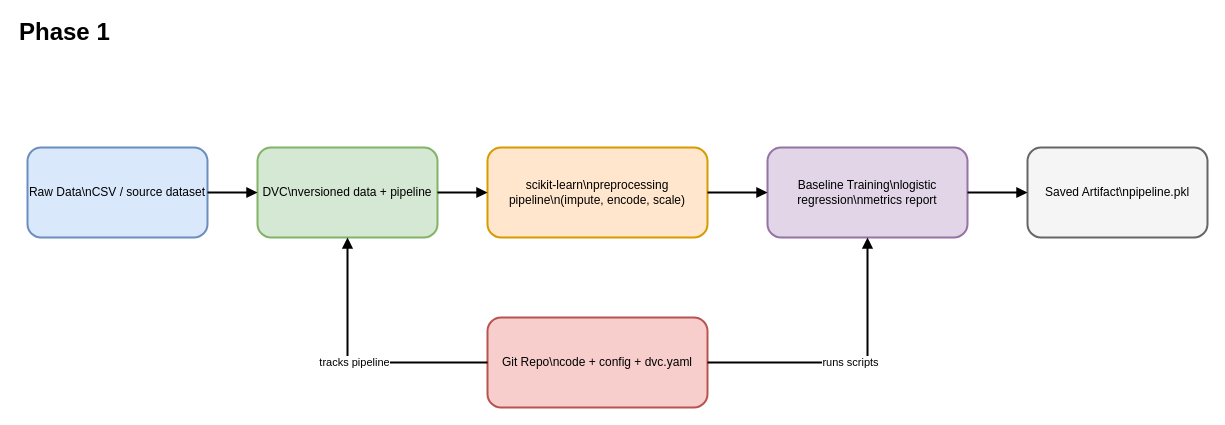
This is page "Phase 1" (2 of 7) of churn-ml-engineer-architecture.drawio from bjleee/Customer-Churn-Prediction-System, a draw.io file, before an edit. Source tidied: cells renumbered, new cells numbered last; positions are measured from the earlier drawing's top-left corner, leaving out a move shared by most shapes. Both pictures are drawn from the tidied source at 100%, with x=0, y=0 at pixel (17, 17).
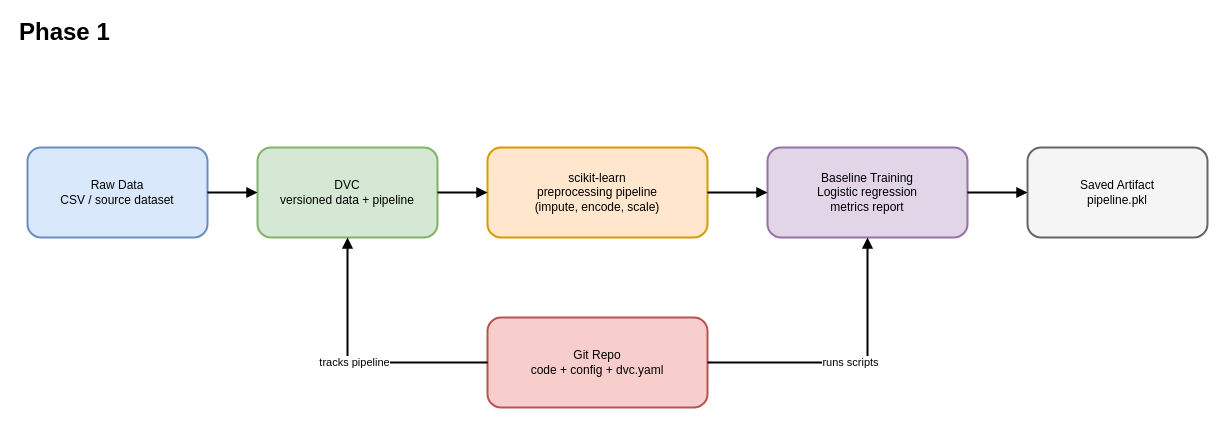
After the change.

The edit, as a diff of the source:
```diff
@@
 <mxGraphModel>
   <root>
     <mxCell id="0" />
     <mxCell id="1" parent="0" />
     <mxCell id="2" value="Phase 1" style="text;html=1;strokeColor=none;fillColor=none;align=left;verticalAlign=middle;fontSize=24;fontStyle=1;" parent="1" vertex="1">
       <mxGeometry width="500" height="30" as="geometry" />
     </mxCell>
-    <mxCell id="3" value="Raw Data\nCSV / source dataset" style="rounded=1;whiteSpace=wrap;html=1;fillColor=#dae8fc;strokeColor=#6c8ebf;strokeWidth=2;" parent="1" vertex="1">
+    <mxCell id="3" value="Raw Data&lt;div&gt;CSV / source dataset&lt;/div&gt;" style="rounded=1;whiteSpace=wrap;html=1;fillColor=#dae8fc;strokeColor=#6c8ebf;strokeWidth=2;" parent="1" vertex="1">
       <mxGeometry x="10" y="130" width="180" height="90" as="geometry" />
     </mxCell>
-    <mxCell id="4" value="DVC\nversioned data + pipeline" style="rounded=1;whiteSpace=wrap;html=1;fillColor=#d5e8d4;strokeColor=#82b366;strokeWidth=2;" parent="1" vertex="1">
+    <mxCell id="4" value="DVC&lt;div&gt;versioned data + pipeline&lt;/div&gt;" style="rounded=1;whiteSpace=wrap;html=1;fillColor=#d5e8d4;strokeColor=#82b366;strokeWidth=2;" parent="1" vertex="1">
       <mxGeometry x="240" y="130" width="180" height="90" as="geometry" />
     </mxCell>
-    <mxCell id="5" value="scikit-learn\npreprocessing pipeline\n(impute, encode, scale)" style="rounded=1;whiteSpace=wrap;html=1;fillColor=#ffe6cc;strokeColor=#d79b00;strokeWidth=2;" parent="1" vertex="1">
+    <mxCell id="5" value="scikit-learn&lt;div&gt;preprocessing pipeline&lt;/div&gt;&lt;div&gt;(impute, encode, scale)&lt;/div&gt;" style="rounded=1;whiteSpace=wrap;html=1;fillColor=#ffe6cc;strokeColor=#d79b00;strokeWidth=2;" parent="1" vertex="1">
       <mxGeometry x="470" y="130" width="220" height="90" as="geometry" />
     </mxCell>
-    <mxCell id="6" value="Baseline Training\nlogistic regression\nmetrics report" style="rounded=1;whiteSpace=wrap;html=1;fillColor=#e1d5e7;strokeColor=#9673a6;strokeWidth=2;" parent="1" vertex="1">
+    <mxCell id="6" value="Baseline Training&lt;div&gt;Logistic regression&lt;/div&gt;&lt;div&gt;metrics report&lt;/div&gt;" style="rounded=1;whiteSpace=wrap;html=1;fillColor=#e1d5e7;strokeColor=#9673a6;strokeWidth=2;" parent="1" vertex="1">
       <mxGeometry x="750" y="130" width="200" height="90" as="geometry" />
     </mxCell>
-    <mxCell id="7" value="Saved Artifact\npipeline.pkl" style="rounded=1;whiteSpace=wrap;html=1;fillColor=#f5f5f5;strokeColor=#666666;strokeWidth=2;" parent="1" vertex="1">
+    <mxCell id="7" value="Saved Artifact&lt;div&gt;pipeline.pkl&lt;/div&gt;" style="rounded=1;whiteSpace=wrap;html=1;fillColor=#f5f5f5;strokeColor=#666666;strokeWidth=2;" parent="1" vertex="1">
       <mxGeometry x="1010" y="130" width="180" height="90" as="geometry" />
     </mxCell>
-    <mxCell id="8" value="Git Repo\ncode + config + dvc.yaml" style="rounded=1;whiteSpace=wrap;html=1;fillColor=#f8cecc;strokeColor=#b85450;strokeWidth=2;" parent="1" vertex="1">
+    <mxCell id="8" value="Git Repo&lt;div&gt;code + config + dvc.yaml&lt;/div&gt;" style="rounded=1;whiteSpace=wrap;html=1;fillColor=#f8cecc;strokeColor=#b85450;strokeWidth=2;" parent="1" vertex="1">
       <mxGeometry x="470" y="300" width="220" height="90" as="geometry" />
     </mxCell>
     <mxCell id="9" style="edgeStyle=orthogonalEdgeStyle;rounded=0;jettySize=auto;html=1;endArrow=block;endFill=1;strokeWidth=2;" parent="1" edge="1" source="3" target="4">
       <mxGeometry relative="1" as="geometry" />
     </mxCell>
     <mxCell id="10" style="edgeStyle=orthogonalEdgeStyle;rounded=0;jettySize=auto;html=1;endArrow=block;endFill=1;strokeWidth=2;" parent="1" edge="1" source="4" target="5">
       <mxGeometry relative="1" as="geometry" />
     </mxCell>
     <mxCell id="11" style="edgeStyle=orthogonalEdgeStyle;rounded=0;jettySize=auto;html=1;endArrow=block;endFill=1;strokeWidth=2;" parent="1" edge="1" source="5" target="6">
       <mxGeometry relative="1" as="geometry" />
     </mxCell>
     <mxCell id="12" style="edgeStyle=orthogonalEdgeStyle;rounded=0;jettySize=auto;html=1;endArrow=block;endFill=1;strokeWidth=2;" parent="1" edge="1" source="6" target="7">
       <mxGeometry relative="1" as="geometry" />
     </mxCell>
     <mxCell id="13" value="tracks pipeline" style="edgeStyle=orthogonalEdgeStyle;rounded=0;jettySize=auto;html=1;endArrow=block;endFill=1;strokeWidth=2;" parent="1" edge="1" source="8" target="4">
       <mxGeometry relative="1" as="geometry" />
     </mxCell>
     <mxCell id="14" value="runs scripts" style="edgeStyle=orthogonalEdgeStyle;rounded=0;jettySize=auto;html=1;endArrow=block;endFill=1;strokeWidth=2;" parent="1" edge="1" source="8" target="6">
       <mxGeometry relative="1" as="geometry" />
     </mxCell>
   </root>
 </mxGraphModel>
```
